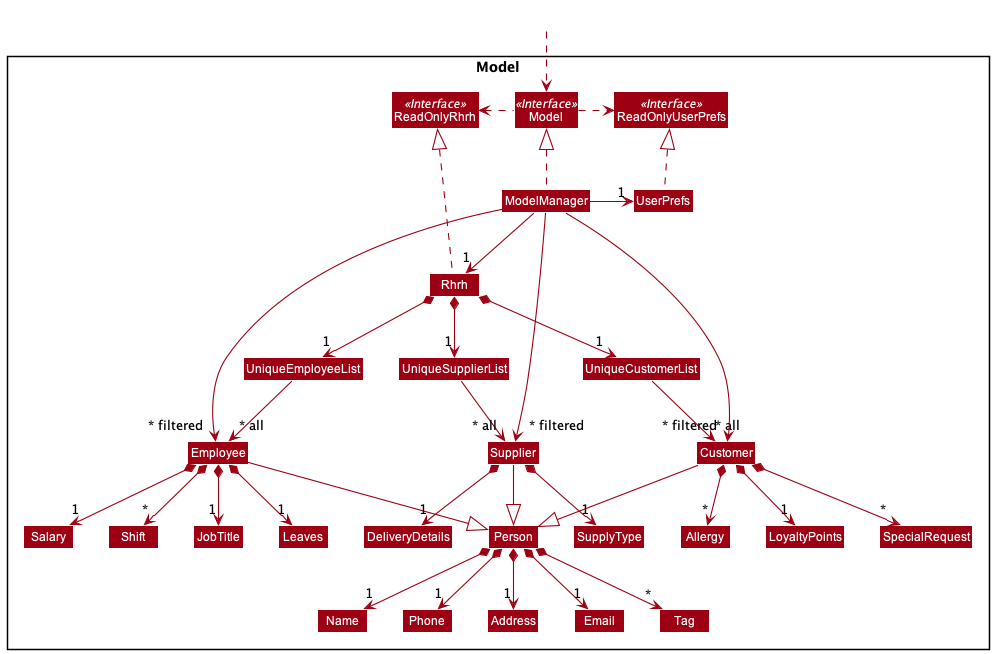
The PlantUML diagram docs/images/ModelClassDiagram.png in nus-cs2103-AY2122S1/tp, before a commit.
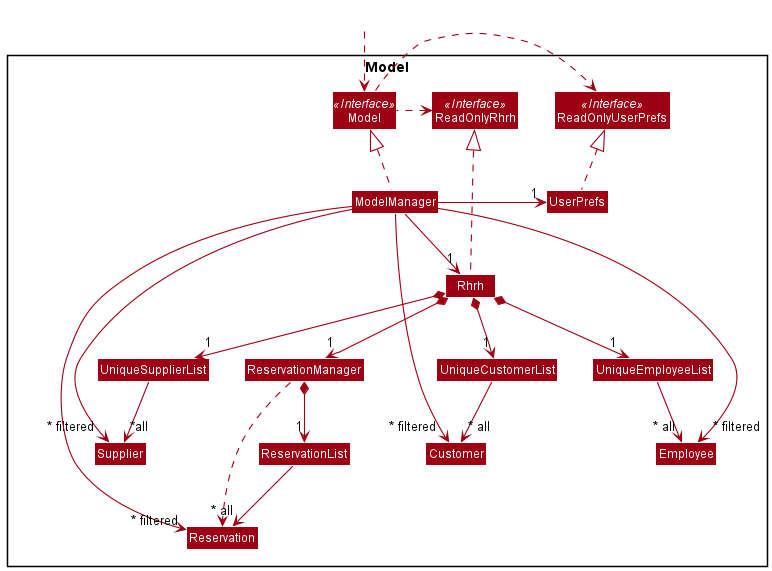
Above is the later version.

Commit message:
split Model class diagram into 2 smaller diagrams

The edit, as a diff of the source:
```diff
@@ -20,24 +20,11 @@
 Class UniqueCustomerList
 Class UniqueSupplierList
 Class Customer
-Class LoyaltyPoints
-Class SpecialRequest
-Class Allergy
 Class Employee
-Class JobTitle
-Class Leaves
-Class Salary
-Class Shift
 Class Supplier
-Class DeliveryDetails
-Class SupplyType
-Class Person
-Class Address
-Class Email
-Class Name
-Class Phone
-Class Tag
-
+Class ReservationManager
+Class ReservationList
+Class Reservation
 }
 
 Class HiddenOutside #FFFFFF
@@ -55,32 +42,16 @@
 Rhrh *--down> "1" UniqueEmployeeList
 Rhrh *--down> "1" UniqueCustomerList
 Rhrh *--down> "1" UniqueSupplierList
+Rhrh *--> "1" ReservationManager
+ReservationManager *--down> "1" ReservationList
 UniqueCustomerList -down-> "~* all" Customer
 UniqueEmployeeList -down-> "~* all" Employee
-UniqueSupplierList -down-> "~* all" Supplier
-Customer *--> "1" LoyaltyPoints
-Customer *--> "*" Allergy
-Customer *--> "*" SpecialRequest
-Customer -down-|> Person
-Employee *--> "1" JobTitle
-Employee *--> "1" Salary
-Employee *--> "1" Leaves
-Employee *--> "*" Shift
-Employee -down-|> Person
-Supplier *--> "1" SupplyType
-Supplier *--> "1" DeliveryDetails
-Supplier -down-|> Person
-Person *--> "1" Name
-Person *--> "1" Phone
-Person *--> "1" Email
-Person *--> "1" Address
-Person *--> "*" Tag
-
-Name -[hidden]right-> Phone
-Phone -[hidden]right-> Address
-Address -[hidden]right-> Email
+UniqueSupplierList --> "~*all" Supplier
+ReservationList --> "~* all" Reservation
+ReservationManager ..> Reservation
 
 ModelManager -down->"~* filtered" Employee
 ModelManager -down->"~* filtered" Customer
-ModelManager -down->"~* filtered" Supplier
+ModelManager -right->"~* filtered" Supplier
+ModelManager -down->"~* filtered" Reservation
 @enduml
```
